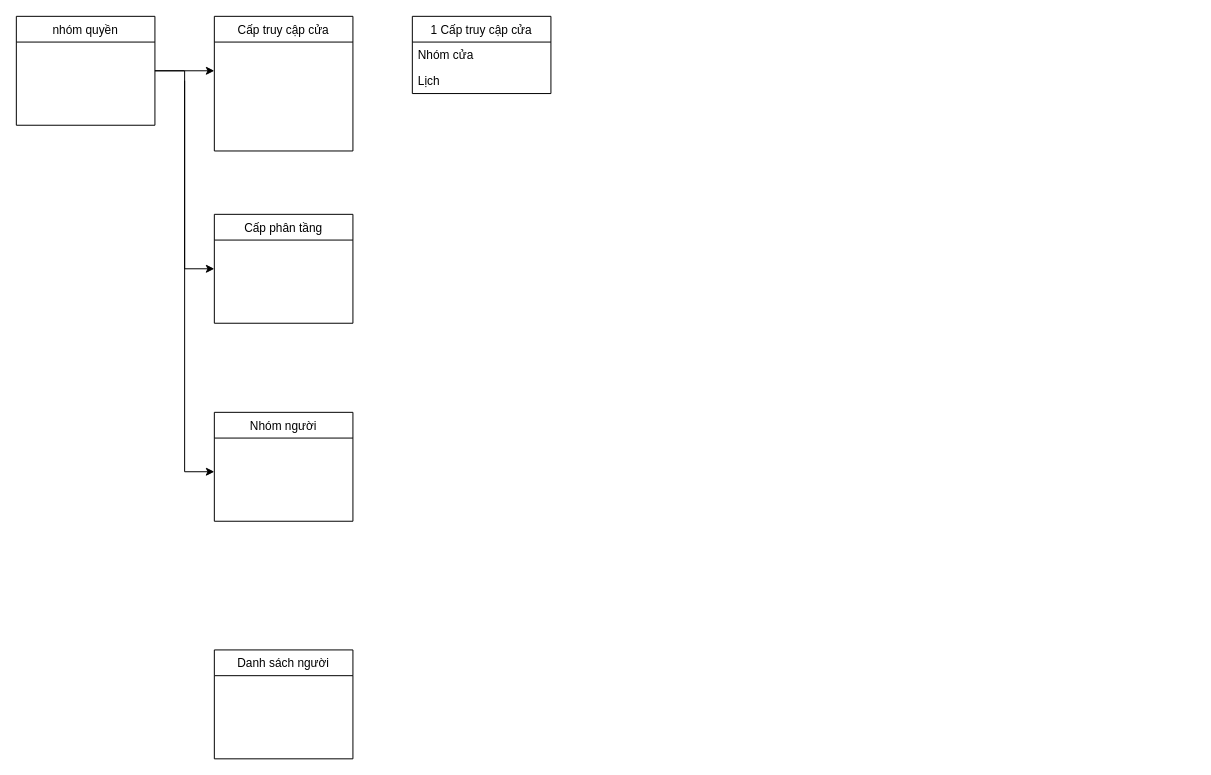
The draw.io diagram Untitled Diagram.drawio in kieuluat/form, before the edit. Source tidied: cells renumbered, new cells numbered last; positions are measured from the earlier drawing's top-left corner, leaving out a move shared by most shapes. Both pictures are drawn from the tidied source at 99%, with x=0, y=0 at pixel (16, 16).
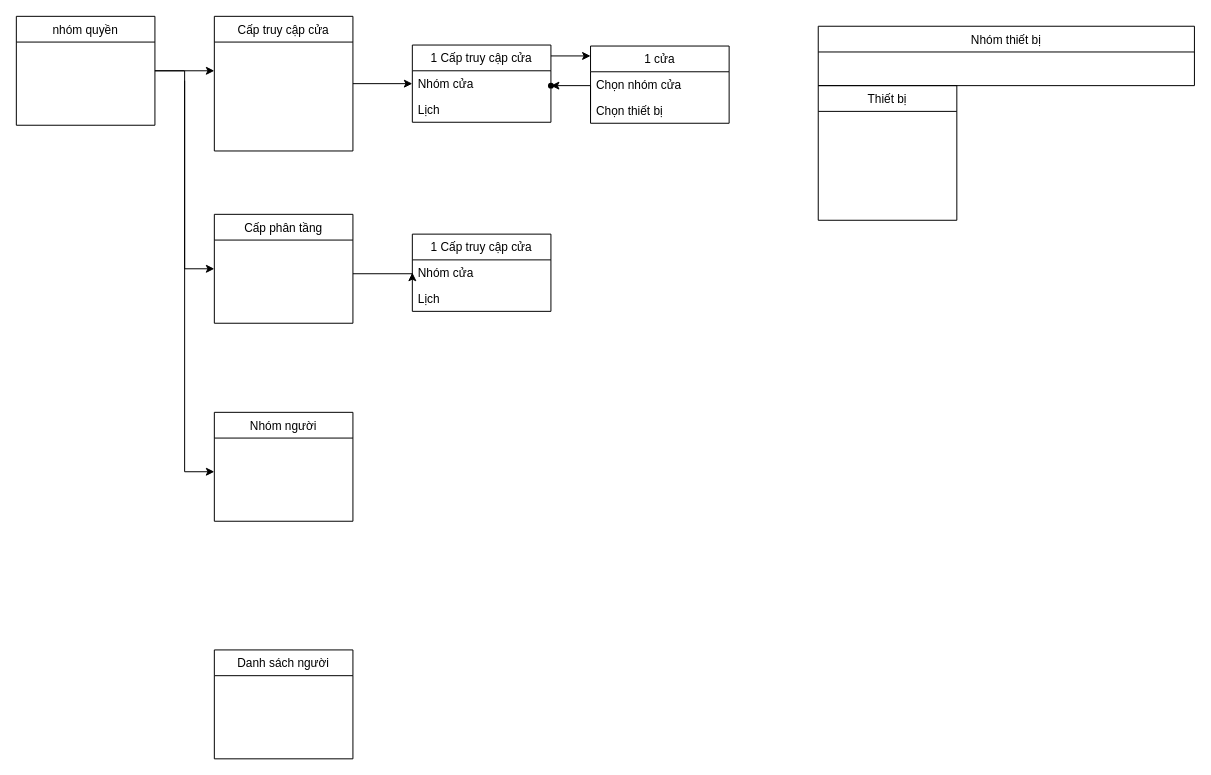
After the change.

Unchanged cells that the change refers to:
```xml
<mxCell id="4" value="Cấp truy cập cửa" style="swimlane;fontStyle=0;horizontal=1;startSize=26;fillColor=none;" parent="1" vertex="1">
  <mxGeometry x="200" width="140" height="136" as="geometry" />
</mxCell>
<mxCell id="9" value="Nhóm cửa&#10;" style="text;strokeColor=none;fillColor=none;align=left;verticalAlign=top;spacingLeft=4;spacingRight=4;overflow=hidden;points=[[0,0.5],[1,0.5]];portConstraint=eastwest;" parent="8" vertex="1">
  <mxGeometry y="26" width="140" height="26" as="geometry" />
</mxCell>
```

Change to the diagram source:
```diff
@@
+    <mxCell id="13" style="edgeStyle=orthogonalEdgeStyle;rounded=0;jettySize=auto;html=1;exitX=1;exitY=0.5;exitDx=0;exitDy=0;entryX=0;entryY=0.5;entryDx=0;entryDy=0;" parent="1" edge="1" source="4" target="9">
+      <mxGeometry relative="1" as="geometry" />
+    </mxCell>
@@
     <mxCell id="8" value="1 Cấp truy cập cửa" style="swimlane;fontStyle=0;horizontal=1;startSize=26;fillColor=none;" parent="1" vertex="1">
-      <mxGeometry x="400" width="140" height="78" as="geometry" />
+      <mxGeometry x="400" y="29" width="140" height="78" as="geometry" />
     </mxCell>
@@
+    <mxCell id="14" style="edgeStyle=segmentEdgeStyle;endArrow=classic;html=1;rounded=0;entryX=0;entryY=0.5;entryDx=0;entryDy=0;" parent="1" edge="1" target="16">
+      <mxGeometry relative="1" as="geometry">
+        <mxPoint x="340" y="260" as="sourcePoint" />
+      </mxGeometry>
+    </mxCell>
+    <mxCell id="15" value="1 Cấp truy cập cửa" style="swimlane;fontStyle=0;horizontal=1;startSize=26;fillColor=none;" parent="1" vertex="1">
+      <mxGeometry x="400" y="220" width="140" height="78" as="geometry" />
+    </mxCell>
+    <mxCell id="16" value="Nhóm cửa&#10;" style="text;strokeColor=none;fillColor=none;align=left;verticalAlign=top;spacingLeft=4;spacingRight=4;overflow=hidden;points=[[0,0.5],[1,0.5]];portConstraint=eastwest;" parent="15" vertex="1">
+      <mxGeometry y="26" width="140" height="26" as="geometry" />
+    </mxCell>
+    <mxCell id="17" value="Lịch&#10;" style="text;strokeColor=none;fillColor=none;align=left;verticalAlign=top;spacingLeft=4;spacingRight=4;overflow=hidden;" parent="15" vertex="1">
+      <mxGeometry y="52" width="140" height="26" as="geometry" />
+    </mxCell>
+    <mxCell id="18" value="1 cửa" style="swimlane;fontStyle=0;horizontal=1;startSize=26;fillColor=none;" parent="1" vertex="1">
+      <mxGeometry x="580" y="30" width="140" height="78" as="geometry" />
+    </mxCell>
+    <mxCell id="19" style="edgeStyle=segmentEdgeStyle;endArrow=classic;html=1;rounded=0;" parent="18" edge="1">
+      <mxGeometry relative="1" as="geometry">
+        <mxPoint x="-40" y="10" as="sourcePoint" />
+        <mxPoint y="10" as="targetPoint" />
+      </mxGeometry>
+    </mxCell>
+    <mxCell id="20" value="Chọn nhóm cửa&#10;" style="text;strokeColor=none;fillColor=none;align=left;verticalAlign=top;spacingLeft=4;spacingRight=4;overflow=hidden;" parent="18" vertex="1">
+      <mxGeometry y="26" width="140" height="26" as="geometry" />
+    </mxCell>
+    <mxCell id="21" value="Chọn thiết bị&#10;" style="text;strokeColor=none;fillColor=none;align=left;verticalAlign=top;spacingLeft=4;spacingRight=4;overflow=hidden;points=[[0,0.5],[1,0.5]];portConstraint=eastwest;" parent="18" vertex="1">
+      <mxGeometry y="52" width="140" height="26" as="geometry" />
+    </mxCell>
+    <mxCell id="22" style="shape=waypoint;sketch=0;fillStyle=solid;size=6;fillColor=none;perimeter=centerPerimeter;" parent="1" vertex="1">
+      <mxGeometry x="470" y="50" width="140" height="40" as="geometry" />
+    </mxCell>
+    <mxCell id="23" style="edgeStyle=segmentEdgeStyle;endArrow=classic;html=1;rounded=0;exitX=0;exitY=0.5;exitDx=0;exitDy=0;" parent="1" edge="1" source="21">
+      <mxGeometry relative="1" as="geometry">
+        <mxPoint x="540" y="70" as="targetPoint" />
+        <Array as="points">
+          <mxPoint x="580" y="70" />
+        </Array>
+      </mxGeometry>
+    </mxCell>
+    <mxCell id="24" value="Nhóm thiết bị" style="swimlane;fontStyle=0;horizontal=1;startSize=26;fillColor=none;" parent="1" vertex="1">
+      <mxGeometry x="810" y="10" width="380" height="60" as="geometry" />
+    </mxCell>
+    <mxCell id="25" value="Thiết bị" style="swimlane;fontStyle=0;horizontal=1;startSize=26;fillColor=none;" parent="1" vertex="1">
+      <mxGeometry x="810" y="70" width="140" height="136" as="geometry" />
+    </mxCell>
```
